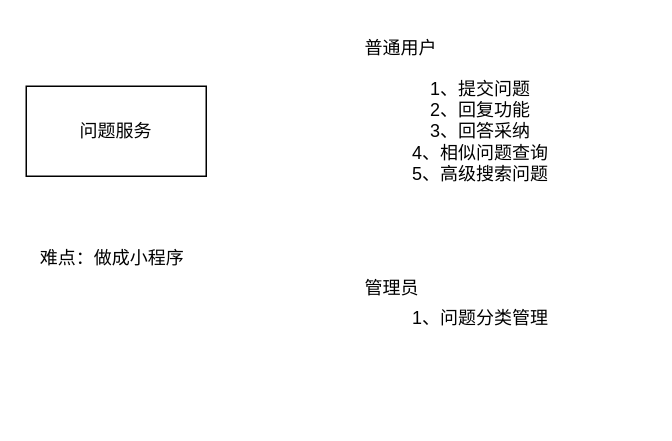
Earlier version of the draw.io diagram page "问题服务" (5 of 10) of 毕设管理系统/功能层次图.drawio (FdfGithub/drawio). Source tidied: cells renumbered, new cells numbered last; positions are measured from the earlier drawing's top-left corner, leaving out a move shared by most shapes. Both pictures are drawn from the tidied source at 150%, with x=0, y=0 at pixel (26, 26).
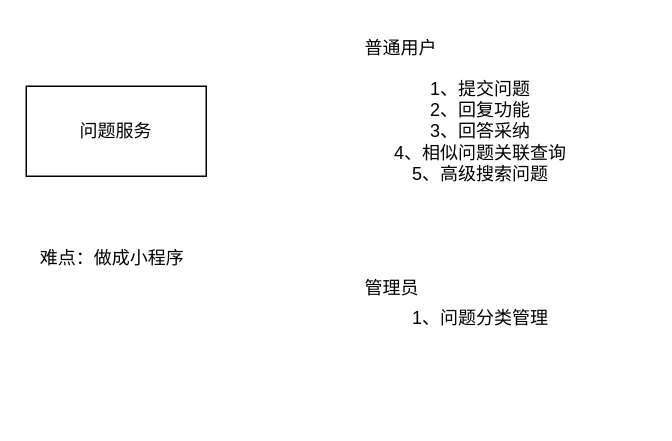
After the change.

Commit message (it also covers changes not shown here):
更新功能层次图.drawio

Change to the diagram source:
```diff
@@
 <mxGraphModel>
   <root>
     <mxCell id="0" />
     <mxCell id="1" parent="0" />
     <mxCell id="2" value="问题服务" style="rounded=0;whiteSpace=wrap;html=1;" parent="1" vertex="1">
       <mxGeometry y="40" width="120" height="60" as="geometry" />
     </mxCell>
-    <mxCell id="3" value="1、提交问题&lt;br&gt;2、回复功能&lt;br&gt;3、回答采纳&lt;br&gt;4、相似问题查询&lt;br&gt;5、高级搜索问题" style="text;html=1;strokeColor=none;fillColor=none;align=center;verticalAlign=middle;whiteSpace=wrap;rounded=0;" parent="1" vertex="1">
+    <mxCell id="3" value="1、提交问题&lt;br&gt;2、回复功能&lt;br&gt;3、回答采纳&lt;br&gt;4、相似问题关联查询&lt;br&gt;5、高级搜索问题" style="text;html=1;strokeColor=none;fillColor=none;align=center;verticalAlign=middle;whiteSpace=wrap;rounded=0;" parent="1" vertex="1">
       <mxGeometry x="200" y="10" width="206" height="120" as="geometry" />
     </mxCell>
     <mxCell id="4" value="普通用户" style="text;html=1;strokeColor=none;fillColor=none;align=center;verticalAlign=middle;whiteSpace=wrap;rounded=0;" parent="1" vertex="1">
       <mxGeometry x="220" width="60" height="30" as="geometry" />
     </mxCell>
     <mxCell id="5" value="管理员" style="text;html=1;strokeColor=none;fillColor=none;align=center;verticalAlign=middle;whiteSpace=wrap;rounded=0;" parent="1" vertex="1">
       <mxGeometry x="214" y="160" width="60" height="30" as="geometry" />
     </mxCell>
     <mxCell id="6" value="1、问题分类管理" style="text;html=1;strokeColor=none;fillColor=none;align=center;verticalAlign=middle;whiteSpace=wrap;rounded=0;" parent="1" vertex="1">
       <mxGeometry x="193" y="130" width="220" height="130" as="geometry" />
     </mxCell>
     <mxCell id="7" value="难点：做成小程序" style="text;html=1;strokeColor=none;fillColor=none;align=center;verticalAlign=middle;whiteSpace=wrap;rounded=0;" parent="1" vertex="1">
       <mxGeometry y="140" width="115" height="30" as="geometry" />
     </mxCell>
   </root>
 </mxGraphModel>
```
